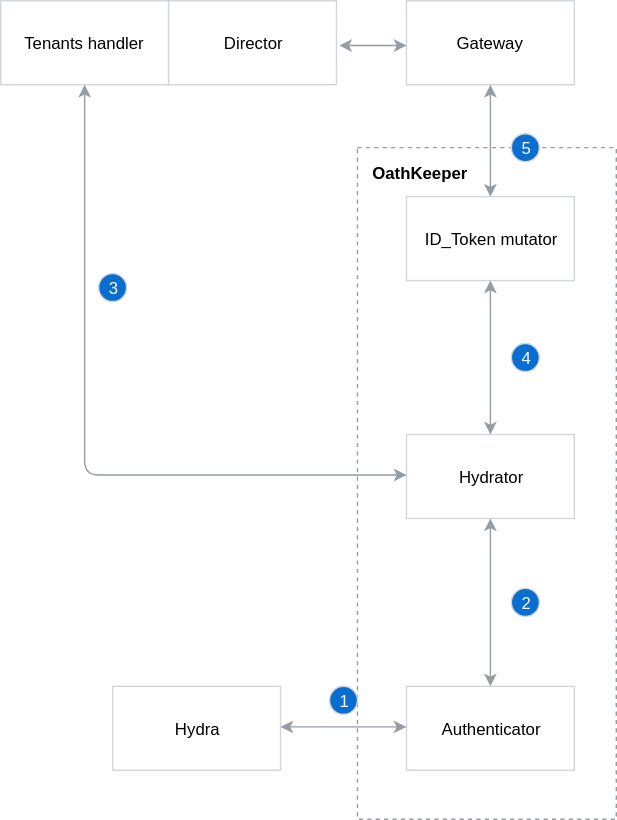
Above: docs/architecture/assets/oauth2-security-diagram.svg in kyma-incubator/compass (draw.io), before the change. Source tidied: cells renumbered, new cells last; positions are measured from the earlier drawing's top-left corner, leaving out a move shared by most shapes. The source it was exported from:
```xml
<mxGraphModel>
  <root>
    <mxCell id="0" />
    <mxCell id="1" parent="0" />
    <mxCell id="2" style="rounded=0;whiteSpace=wrap;html=1;dashed=1;strokeColor=#959CA4;" parent="1" vertex="1">
      <mxGeometry x="255" y="105" width="185" height="480" as="geometry" />
    </mxCell>
    <mxCell id="3" value="Gateway" style="rounded=0;whiteSpace=wrap;html=1;strokeColor=#D2D5D9;" parent="1" vertex="1">
      <mxGeometry x="290" width="120" height="60" as="geometry" />
    </mxCell>
    <mxCell id="4" value="Hydrator&lt;br&gt;" style="rounded=0;whiteSpace=wrap;html=1;strokeColor=#D2D5D9;" parent="1" vertex="1">
      <mxGeometry x="290" y="310" width="120" height="60" as="geometry" />
    </mxCell>
    <mxCell id="5" value="ID_Token mutator&lt;br&gt;" style="rounded=0;whiteSpace=wrap;html=1;fillColor=#FFFFFF;strokeColor=#D2D5D9;" parent="1" vertex="1">
      <mxGeometry x="290" y="140" width="120" height="60" as="geometry" />
    </mxCell>
    <mxCell id="6" value="Tenants handler" style="rounded=0;whiteSpace=wrap;html=1;fillColor=#FFFFFF;strokeColor=#D2D5D9;" parent="1" vertex="1">
      <mxGeometry width="120" height="60" as="geometry" />
    </mxCell>
    <mxCell id="7" value="Authenticator" style="rounded=0;whiteSpace=wrap;html=1;strokeColor=#D2D5D9;" parent="1" vertex="1">
      <mxGeometry x="290" y="490" width="120" height="60" as="geometry" />
    </mxCell>
    <mxCell id="8" value="Hydra&lt;br&gt;" style="rounded=0;whiteSpace=wrap;html=1;strokeColor=#D2D5D9;" parent="1" vertex="1">
      <mxGeometry x="80" y="490" width="120" height="60" as="geometry" />
    </mxCell>
    <mxCell id="9" style="endArrow=classic;startArrow=classic;html=1;entryX=0;entryY=0.5;entryDx=0;entryDy=0;strokeColor=#959CA4;exitX=0.5;exitY=1;exitDx=0;exitDy=0;" parent="1" edge="1" source="6">
      <mxGeometry relative="1" as="geometry">
        <mxPoint x="290" y="339" as="targetPoint" />
        <Array as="points">
          <mxPoint x="60" y="339" />
        </Array>
      </mxGeometry>
    </mxCell>
    <mxCell id="10" style="endArrow=classic;startArrow=classic;html=1;entryX=0;entryY=0.5;entryDx=0;entryDy=0;exitX=1;exitY=0.5;exitDx=0;exitDy=0;strokeColor=#959CA4;" parent="1" edge="1">
      <mxGeometry relative="1" as="geometry">
        <mxPoint x="200" y="519" as="sourcePoint" />
        <mxPoint x="290" y="519" as="targetPoint" />
      </mxGeometry>
    </mxCell>
    <mxCell id="11" value="&lt;font color=&quot;#ffffff&quot;&gt;2&lt;br&gt;&lt;/font&gt;" style="ellipse;whiteSpace=wrap;html=1;strokeColor=#D2D5D9;fillColor=#0A6ED1;" parent="1" vertex="1">
      <mxGeometry x="365" y="420" width="20" height="20" as="geometry" />
    </mxCell>
    <mxCell id="12" value="&lt;font color=&quot;#ffffff&quot;&gt;3&lt;br&gt;&lt;/font&gt;" style="ellipse;whiteSpace=wrap;html=1;strokeColor=#D2D5D9;fillColor=#0A6ED1;" parent="1" vertex="1">
      <mxGeometry x="70" y="195" width="20" height="20" as="geometry" />
    </mxCell>
    <mxCell id="13" value="&lt;font color=&quot;#ffffff&quot;&gt;4&lt;br&gt;&lt;/font&gt;" style="ellipse;whiteSpace=wrap;html=1;strokeColor=#D2D5D9;fillColor=#0A6ED1;" parent="1" vertex="1">
      <mxGeometry x="365" y="245" width="20" height="20" as="geometry" />
    </mxCell>
    <mxCell id="14" style="endArrow=classic;startArrow=classic;html=1;entryX=0.5;entryY=1;entryDx=0;entryDy=0;exitX=0.5;exitY=0;exitDx=0;exitDy=0;strokeColor=#959CA4;" parent="1" edge="1" source="7" target="4">
      <mxGeometry relative="1" as="geometry" />
    </mxCell>
    <mxCell id="15" style="endArrow=classic;startArrow=classic;html=1;exitX=0.5;exitY=0;exitDx=0;exitDy=0;strokeColor=#959CA4;" parent="1" edge="1" source="4">
      <mxGeometry relative="1" as="geometry">
        <mxPoint x="350" y="200" as="targetPoint" />
      </mxGeometry>
    </mxCell>
    <mxCell id="16" style="endArrow=classic;startArrow=classic;html=1;exitX=0.5;exitY=0;exitDx=0;exitDy=0;strokeColor=#959CA4;entryX=0.5;entryY=1;entryDx=0;entryDy=0;" parent="1" edge="1" source="5" target="3">
      <mxGeometry relative="1" as="geometry" />
    </mxCell>
    <mxCell id="17" value="&lt;font color=&quot;#ffffff&quot;&gt;1&lt;/font&gt;" style="ellipse;whiteSpace=wrap;html=1;strokeColor=#D2D5D9;fillColor=#0A6ED1;" parent="1" vertex="1">
      <mxGeometry x="235" y="490" width="20" height="20" as="geometry" />
    </mxCell>
    <mxCell id="18" value="Director" style="rounded=0;whiteSpace=wrap;html=1;strokeColor=#D2D5D9;" parent="1" vertex="1">
      <mxGeometry x="120" width="120" height="60" as="geometry" />
    </mxCell>
    <mxCell id="19" style="endArrow=classic;startArrow=classic;html=1;strokeColor=#959CA4;" parent="1" edge="1">
      <mxGeometry relative="1" as="geometry">
        <mxPoint x="290" y="32" as="sourcePoint" />
        <mxPoint x="242" y="32" as="targetPoint" />
      </mxGeometry>
    </mxCell>
    <mxCell id="20" value="&lt;font color=&quot;#ffffff&quot;&gt;5&lt;br&gt;&lt;/font&gt;" style="ellipse;whiteSpace=wrap;html=1;strokeColor=#D2D5D9;fillColor=#0A6ED1;" parent="1" vertex="1">
      <mxGeometry x="365" y="95" width="20" height="20" as="geometry" />
    </mxCell>
    <mxCell id="21" value="&lt;b&gt;OathKeeper&lt;/b&gt;" style="text;html=1;" parent="1" vertex="1">
      <mxGeometry x="264" y="110" width="70" height="30" as="geometry" />
    </mxCell>
  </root>
</mxGraphModel>
```
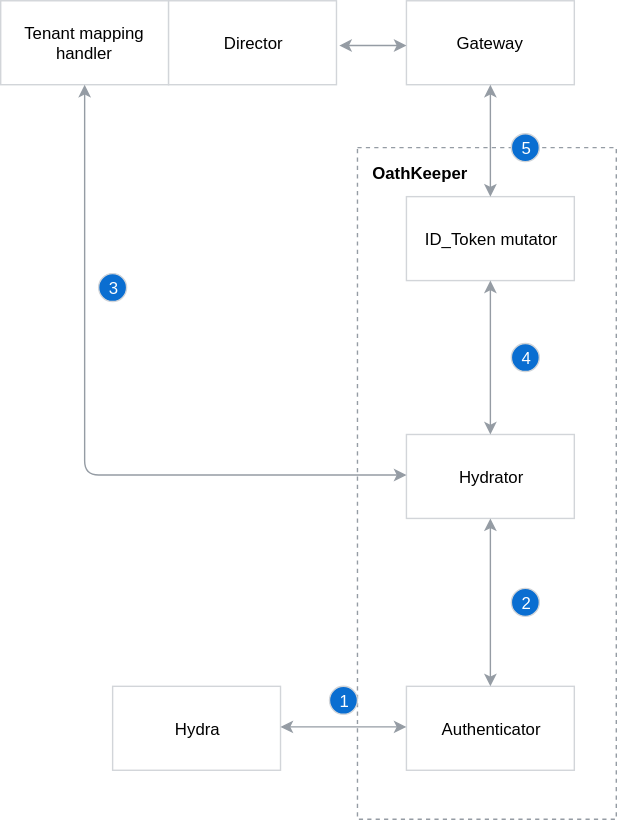
Above is the later version.

The edit, as a diff of the source:
```diff
@@ -14,7 +14,7 @@
     <mxCell id="5" value="ID_Token mutator&lt;br&gt;" style="rounded=0;whiteSpace=wrap;html=1;fillColor=#FFFFFF;strokeColor=#D2D5D9;" parent="1" vertex="1">
       <mxGeometry x="290" y="140" width="120" height="60" as="geometry" />
     </mxCell>
-    <mxCell id="6" value="Tenants handler" style="rounded=0;whiteSpace=wrap;html=1;fillColor=#FFFFFF;strokeColor=#D2D5D9;" parent="1" vertex="1">
+    <mxCell id="6" value="Tenant mapping handler" style="rounded=0;whiteSpace=wrap;html=1;fillColor=#FFFFFF;strokeColor=#D2D5D9;" parent="1" vertex="1">
       <mxGeometry width="120" height="60" as="geometry" />
     </mxCell>
     <mxCell id="7" value="Authenticator" style="rounded=0;whiteSpace=wrap;html=1;strokeColor=#D2D5D9;" parent="1" vertex="1">
```
